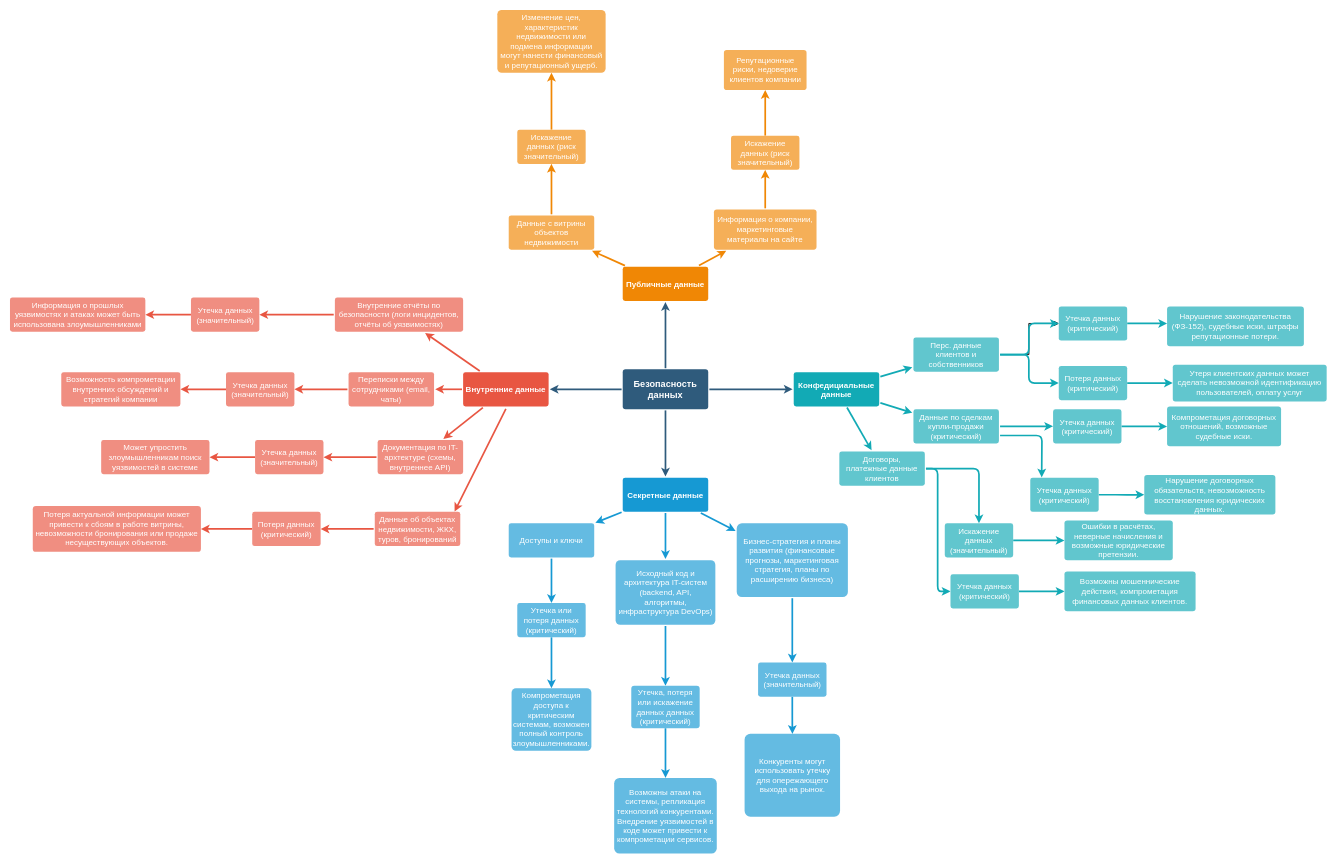
Khorunzhev/architecture-sprint-7 keeps this draw.io diagram as Exc1/mindmap.drawio. Above is the earlier version. Source tidied: cells renumbered, new cells numbered last; positions are measured from the earlier drawing's top-left corner, leaving out a move shared by most shapes. Both pictures are drawn from the tidied source at 57%, with x=0, y=0 at pixel (10, 10).
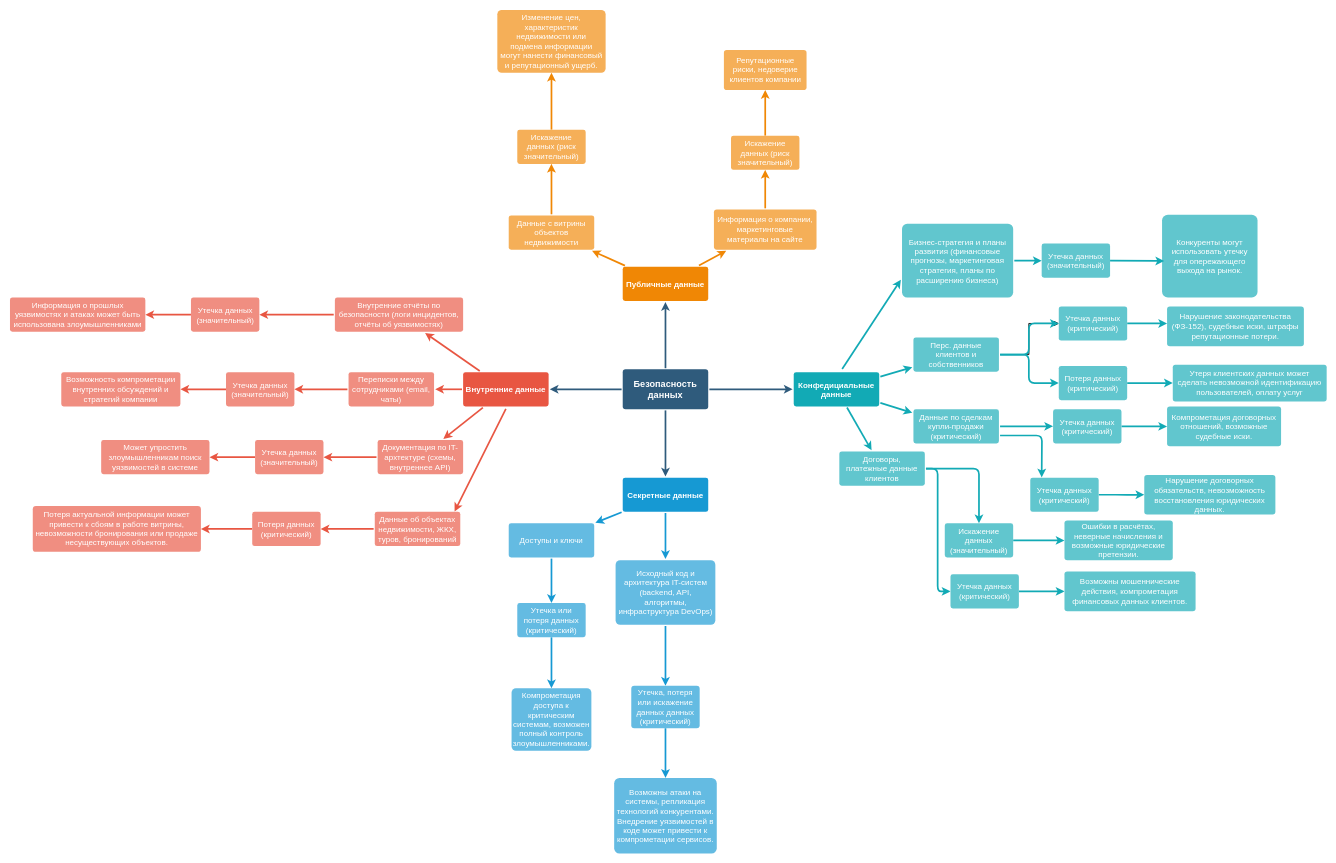
The same page after the edit.

Unchanged cells that the change refers to:
```xml
<mxCell id="20" value="Секретные данные" style="rounded=1;whiteSpace=wrap;html=1;shadow=0;labelBackgroundColor=none;strokeColor=none;strokeWidth=3;fillColor=#1699d3;fontFamily=Helvetica;fontSize=14;fontColor=#FFFFFF;align=center;spacing=5;fontStyle=1;arcSize=7;perimeterSpacing=2;" parent="1" vertex="1">
  <mxGeometry x="1075" y="820.5" width="150" height="60" as="geometry" />
</mxCell>
```

What changed in the source:
```diff
@@
-    <mxCell id="19" style="edgeStyle=none;rounded=0;jumpStyle=none;html=1;shadow=0;labelBackgroundColor=none;startArrow=none;startFill=0;endArrow=classic;endFill=1;jettySize=auto;strokeColor=#1699D3;strokeWidth=3;fontFamily=Helvetica;fontSize=14;fontColor=#FFFFFF;spacing=5;" parent="1" edge="1" source="20" target="22">
-      <mxGeometry relative="1" as="geometry" />
-    </mxCell>
@@
-    <mxCell id="21" style="edgeStyle=orthogonalEdgeStyle;rounded=0;jettySize=auto;html=1;shadow=0;strokeColor=#1699D3;strokeWidth=3;align=center;verticalAlign=middle;spacing=5;fontFamily=Helvetica;fontSize=14;fontColor=#FFFFFF;labelBackgroundColor=none;jumpStyle=none;startArrow=none;startFill=0;endArrow=classic;endFill=1;" parent="1" edge="1" source="22" target="95">
-      <mxGeometry relative="1" as="geometry" />
-    </mxCell>
-    <mxCell id="22" value="Бизнес-стратегия и планы развития (финансовые прогнозы, маркетинговая стратегия, планы по расширению бизнеса)" style="rounded=1;whiteSpace=wrap;html=1;shadow=0;labelBackgroundColor=none;strokeColor=none;strokeWidth=3;fillColor=#64bbe2;fontFamily=Helvetica;fontSize=14;fontColor=#FFFFFF;align=center;spacing=5;arcSize=7;perimeterSpacing=2;" parent="1" vertex="1">
-      <mxGeometry x="1275" y="900.5" width="195" height="129.5" as="geometry" />
-    </mxCell>
@@
-    <mxCell id="94" style="edgeStyle=orthogonalEdgeStyle;rounded=0;jettySize=auto;html=1;shadow=0;strokeColor=#1699D3;strokeWidth=3;align=center;verticalAlign=middle;spacing=5;fontFamily=Helvetica;fontSize=14;fontColor=#FFFFFF;labelBackgroundColor=none;jumpStyle=none;startArrow=none;startFill=0;endArrow=classic;endFill=1;" parent="1" edge="1" source="95" target="96">
-      <mxGeometry relative="1" as="geometry" />
-    </mxCell>
+    <mxCell id="22" value="Бизнес-стратегия и планы развития (финансовые прогнозы, маркетинговая стратегия, планы по расширению бизнеса)" style="rounded=1;whiteSpace=wrap;html=1;shadow=0;labelBackgroundColor=none;strokeColor=none;strokeWidth=3;fillColor=#61C6CE;fontFamily=Helvetica;fontSize=14;fontColor=#FFFFFF;align=center;spacing=5;arcSize=7;perimeterSpacing=2;" parent="1" vertex="1">
+      <mxGeometry x="1565" y="375" width="195" height="129.5" as="geometry" />
+    </mxCell>
+    <mxCell id="97" style="edgeStyle=none;rounded=1;jumpStyle=none;html=1;shadow=0;labelBackgroundColor=none;startArrow=none;startFill=0;jettySize=auto;strokeColor=#12AAB5;strokeWidth=3;fontFamily=Helvetica;fontSize=14;fontColor=#FFFFFF;spacing=5;fontStyle=1;fillColor=#b0e3e6;entryX=0;entryY=0.75;entryDx=0;entryDy=0;" parent="1" edge="1" target="22">
+      <mxGeometry relative="1" as="geometry">
+        <mxPoint x="1460" y="630" as="sourcePoint" />
+      </mxGeometry>
+    </mxCell>
-    <mxCell id="95" value="Утечка данных (значительный)" style="whiteSpace=wrap;html=1;fontSize=14;fillColor=#64bbe2;strokeColor=none;fontColor=#FFFFFF;rounded=1;shadow=0;labelBackgroundColor=none;strokeWidth=3;spacing=5;arcSize=7;" parent="1" vertex="1">
-      <mxGeometry x="1312.5" y="1144.8" width="120" height="60" as="geometry" />
+    <mxCell id="95" value="Утечка данных (значительный)" style="whiteSpace=wrap;html=1;fontSize=14;fillColor=#61C6CE;strokeColor=none;fontColor=#FFFFFF;rounded=1;shadow=0;labelBackgroundColor=none;strokeWidth=3;spacing=5;arcSize=7;" parent="1" vertex="1">
+      <mxGeometry x="1810" y="409.8" width="120" height="60" as="geometry" />
     </mxCell>
-    <mxCell id="96" value="Конкуренты могут использовать утечку для опережающего выхода на рынок." style="whiteSpace=wrap;html=1;fontSize=14;fillColor=#64bbe2;strokeColor=none;fontColor=#FFFFFF;rounded=1;shadow=0;labelBackgroundColor=none;strokeWidth=3;spacing=5;arcSize=7;" parent="1" vertex="1">
-      <mxGeometry x="1288.8" y="1270" width="167.5" height="145.2" as="geometry" />
+    <mxCell id="96" value="Конкуренты могут использовать утечку для опережающего выхода на рынок." style="whiteSpace=wrap;html=1;fontSize=14;fillColor=#61C6CE;strokeColor=none;fontColor=#FFFFFF;rounded=1;shadow=0;labelBackgroundColor=none;strokeWidth=3;spacing=5;arcSize=7;" parent="1" vertex="1">
+      <mxGeometry x="2021.2" y="359.2" width="167.5" height="145.2" as="geometry" />
     </mxCell>
+    <mxCell id="21" style="edgeStyle=none;rounded=1;jumpStyle=none;html=1;shadow=0;labelBackgroundColor=none;startArrow=none;startFill=0;jettySize=auto;strokeColor=#12AAB5;strokeWidth=3;fontFamily=Helvetica;fontSize=14;fontColor=#FFFFFF;spacing=5;fontStyle=1;fillColor=#b0e3e6;entryX=0;entryY=0.5;entryDx=0;entryDy=0;exitX=1;exitY=0.5;exitDx=0;exitDy=0;" parent="1" edge="1" source="22" target="95">
+      <mxGeometry relative="1" as="geometry" />
+    </mxCell>
+    <mxCell id="94" style="edgeStyle=none;rounded=1;jumpStyle=none;html=1;shadow=0;labelBackgroundColor=none;startArrow=none;startFill=0;jettySize=auto;strokeColor=#12AAB5;strokeWidth=3;fontFamily=Helvetica;fontSize=14;fontColor=#FFFFFF;spacing=5;fontStyle=1;fillColor=#b0e3e6;entryX=0.022;entryY=0.559;entryDx=0;entryDy=0;exitX=1;exitY=0.5;exitDx=0;exitDy=0;entryPerimeter=0;" parent="1" edge="1" source="95" target="96">
+      <mxGeometry relative="1" as="geometry" />
+    </mxCell>
```
